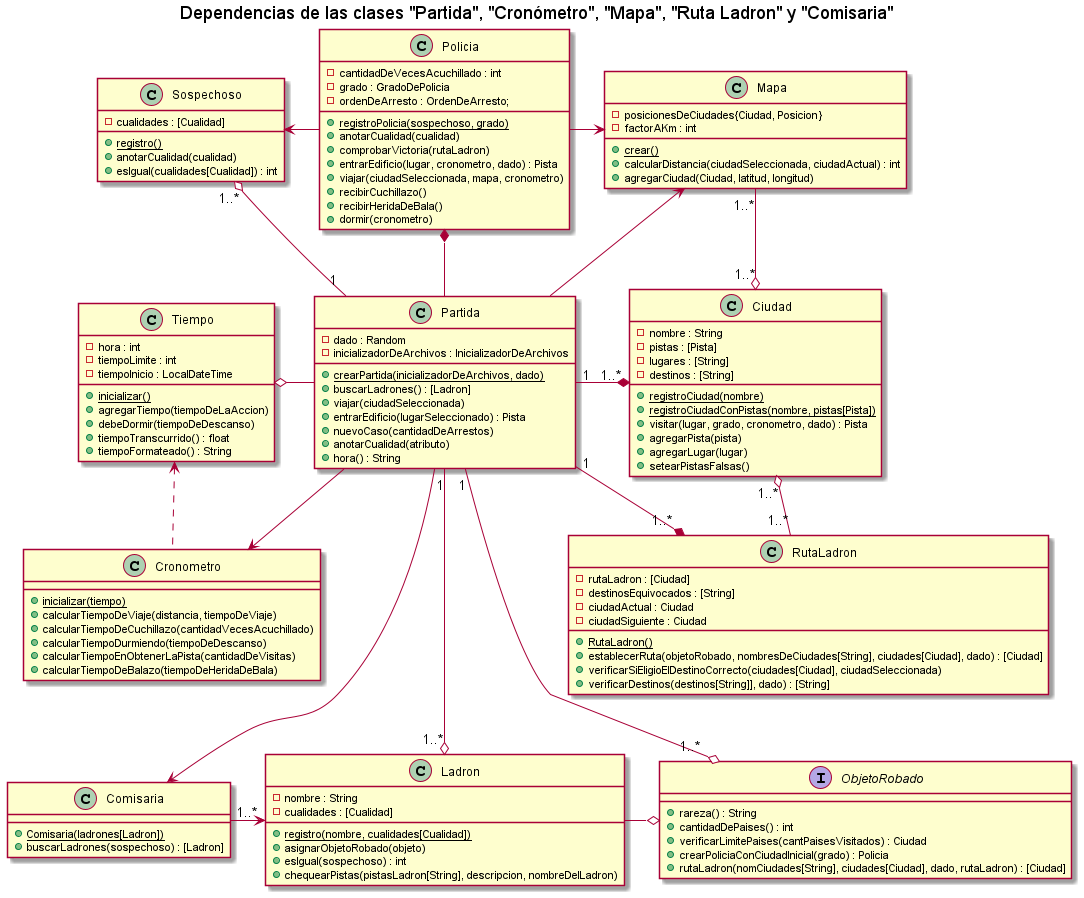
The PlantUML diagram diagrams/classes/entrega4/DC_partida.png in kmu01/Algo3_tp2, before a commit. Source of this version:
```plantuml
@startuml
title Dependencias de las clases "Partida", "Cronómetro", "Mapa", "Ruta Ladron" y "Comisaria"

class Partida{
    - dado : Random
    - inicializadorDeArchivos : InicializadorDeArchivos
    + {static} crearPartida(inicializadorDeArchivos, dado)
    + buscarLadrones() : [Ladron]
    + viajar(ciudadSeleccionada)
    + entrarEdificio(lugarSeleccionado) : Pista
    + nuevoCaso(cantidadDeArrestos)
    + anotarCualidad(atributo)
    + hora() : String
}
together {
    class Comisaria {
        + {static} Comisaria(ladrones[Ladron])
        + buscarLadrones(sospechoso) : [Ladron]
    }
    class Ladron{
        - nombre : String
        - cualidades : [Cualidad]
        + {static} registro(nombre, cualidades[Cualidad])
        + asignarObjetoRobado(objeto)
        + esIgual(sospechoso) : int
        + chequearPistas(pistasLadron[String], descripcion, nombreDelLadron)
    }
    interface ObjetoRobado{
        + rareza() : String
        + cantidadDePaises() : int
        + verificarLimitePaises(cantPaisesVisitados) : Ciudad
        + crearPoliciaConCiudadInicial(grado) : Policia
        + rutaLadron(nomCiudades[String], ciudades[Ciudad], dado, rutaLadron) : [Ciudad]
    }

}
together {
class Sospechoso{
        - cualidades : [Cualidad]
        + {static} registro()
        + anotarCualidad(cualidad)
        + esIgual(cualidades[Cualidad]) : int
    }
    class Policia{
        - cantidadDeVecesAcuchillado : int
        - grado : GradoDePolicia
        - ordenDeArresto : OrdenDeArresto;
        + {static} registroPolicia(sospechoso, grado)
        + anotarCualidad(cualidad)
        + comprobarVictoria(rutaLadron)
        + entrarEdificio(lugar, cronometro, dado) : Pista
        + viajar(ciudadSeleccionada, mapa, cronometro)
        + recibirCuchillazo()
        + recibirHeridaDeBala()
        + dormir(cronometro)
    }

}
class Tiempo{
    - hora : int
    - tiempoLimite : int
    - tiempoInicio : LocalDateTime
    + {static} inicializar()
    + agregarTiempo(tiempoDeLaAccion)
    + debeDormir(tiempoDeDescanso)
    + tiempoTranscurrido() : float
    + tiempoFormateado() : String
}
class Cronometro {
    + {static} inicializar(tiempo)
    + calcularTiempoDeViaje(distancia, tiempoDeViaje)
    + calcularTiempoDeCuchillazo(cantidadVecesAcuchillado)
    + calcularTiempoDurmiendo(tiempoDeDescanso)
    + calcularTiempoEnObtenerLaPista(cantidadDeVisitas)
    + calcularTiempoDeBalazo(tiempoDeHeridaDeBala)
}

class RutaLadron{
    - rutaLadron : [Ciudad]
    - destinosEquivocados : [String]
    - ciudadActual : Ciudad
    - ciudadSiguiente : Ciudad
    + {static} RutaLadron()
    + establecerRuta(objetoRobado, nombresDeCiudades[String], ciudades[Ciudad], dado) : [Ciudad]
    + verificarSiEligioElDestinoCorrecto(ciudades[Ciudad], ciudadSeleccionada)
    + verificarDestinos(destinos[String]], dado) : [String]
}
class Ciudad{
    - nombre : String
    - pistas : [Pista]
    - lugares : [String]
    - destinos : [String]
    + {static} registroCiudad(nombre)
    + {static} registroCiudadConPistas(nombre, pistas[Pista])
    + visitar(lugar, grado, cronometro, dado) : Pista
    + agregarPista(pista)
    + agregarLugar(lugar)
    + setearPistasFalsas()
}
class Mapa{
    - posicionesDeCiudades{Ciudad, Posicion}
    - factorAKm : int
    + {static} crear()
    + calcularDistancia(ciudadSeleccionada, ciudadActual) : int
    + agregarCiudad(Ciudad, latitud, longitud)
}
Sospechoso <- Policia
Policia -> Mapa
Sospechoso "1..*" o-- "1" Partida
Policia *-- Partida
Mapa <-- Partida

Tiempo o- Partida
Partida --> Cronometro
Tiempo <. Cronometro

Partida "1" -* "1..*" Ciudad
Mapa "1..*" -o "1..*" Ciudad
Partida "1" --* "1..*" RutaLadron
Ciudad "1..*" o-- "1..*" RutaLadron

Partida ---> Comisaria
Partida "1" ---o "1..*" Ladron
Partida "1" ---o "1..*" ObjetoRobado
Comisaria -> "1..*" Ladron
Ladron -o ObjetoRobado




@enduml
```
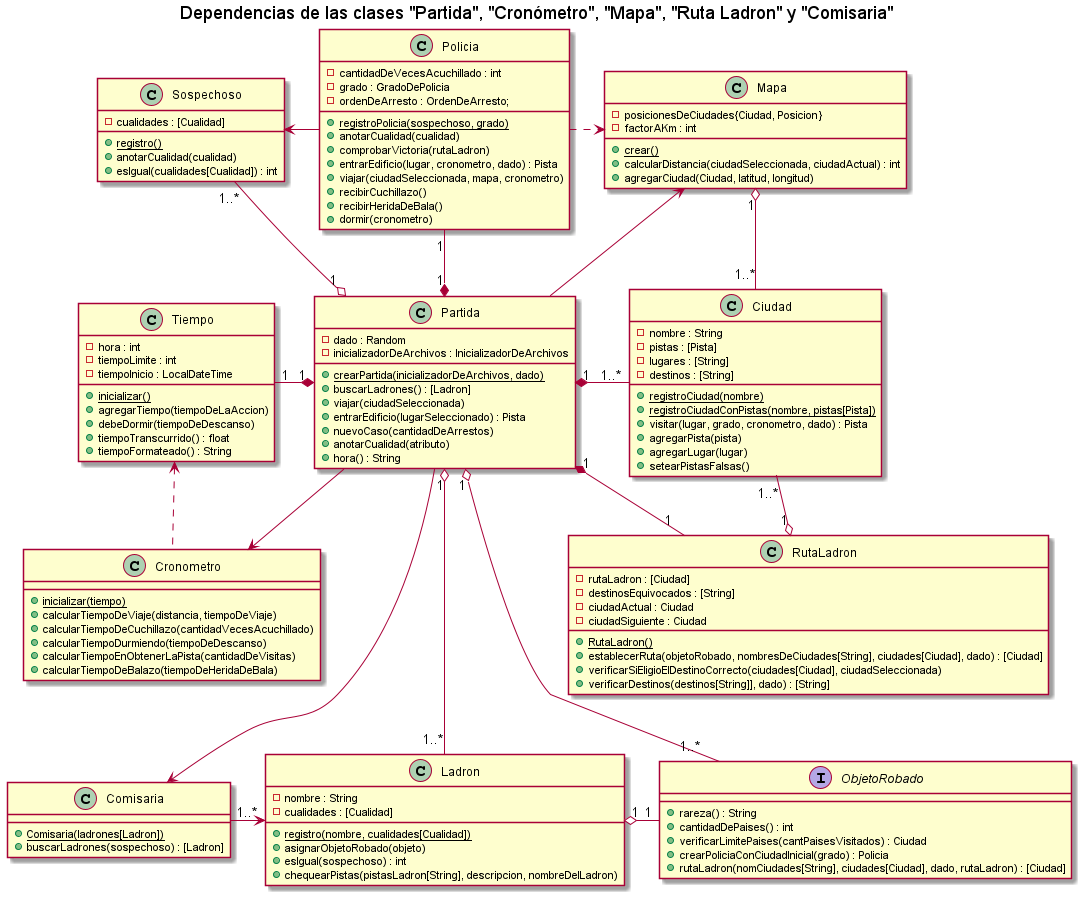
Later version of the same file.

What changed in the source:
```diff
@@ -105,25 +105,25 @@
     + agregarCiudad(Ciudad, latitud, longitud)
 }
 Sospechoso <- Policia
-Policia -> Mapa
-Sospechoso "1..*" o-- "1" Partida
-Policia *-- Partida
+Policia .> Mapa
+Sospechoso "1..*" --o "1" Partida
+Policia "1" --* "1"Partida
 Mapa <-- Partida
 
-Tiempo o- Partida
+Tiempo "1" -* "1" Partida
 Partida --> Cronometro
 Tiempo <. Cronometro
 
-Partida "1" -* "1..*" Ciudad
-Mapa "1..*" -o "1..*" Ciudad
-Partida "1" --* "1..*" RutaLadron
-Ciudad "1..*" o-- "1..*" RutaLadron
+Partida "1" *- "1..*" Ciudad
+Mapa "1" o- "1..*" Ciudad
+Partida "1" *-- "1" RutaLadron
+Ciudad "1..*" --o "1" RutaLadron
 
 Partida ---> Comisaria
-Partida "1" ---o "1..*" Ladron
-Partida "1" ---o "1..*" ObjetoRobado
+Partida "1" o--- "1..*" Ladron
+Partida "1" o--- "1..*" ObjetoRobado
 Comisaria -> "1..*" Ladron
-Ladron -o ObjetoRobado
+Ladron "1" o- "1" ObjetoRobado
 
 
 
```
